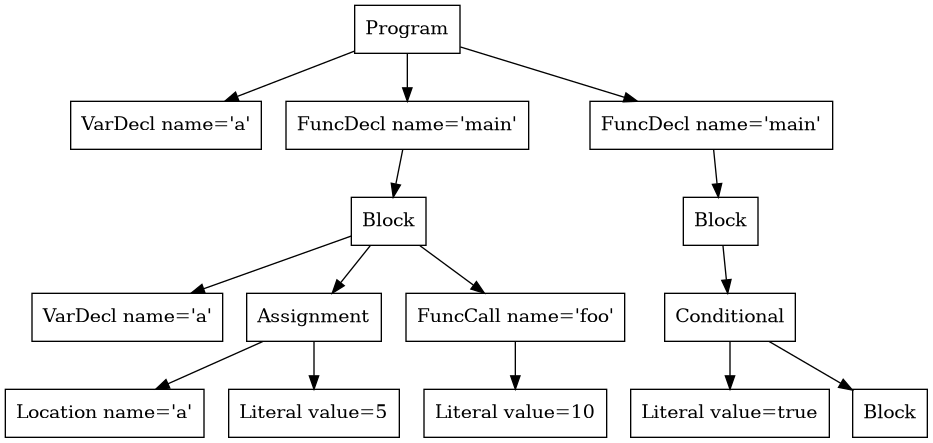
atrim11/CS432 keeps this Graphviz diagram as p2-parser/tree.png. Above is the earlier version. Its source is kept beside it as p2-parser/tree.dot.
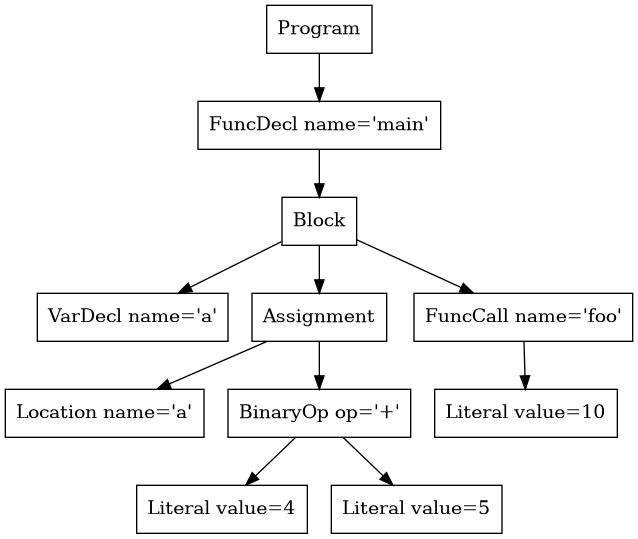
The same file after the commit.

Change to the diagram source:
```diff
@@ -1,31 +1,23 @@
 digraph AST {
-1 [shape=box, label="VarDecl name='a'"];
-4 [shape=box, label="VarDecl name='a'"];
-6 [shape=box, label="Location name='a'"];
-7 [shape=box, label="Literal value=5"];
-5 [shape=box, label="Assignment"];
-5 -> 6;
-5 -> 7;
-9 [shape=box, label="Literal value=10"];
-8 [shape=box, label="FuncCall name='foo'"];
-8 -> 9;
-3 [shape=box, label="Block"];
-3 -> 4;
-3 -> 5;
-3 -> 8;
-2 [shape=box, label="FuncDecl name='main'"];
+3 [shape=box, label="VarDecl name='a'"];
+5 [shape=box, label="Location name='a'"];
+7 [shape=box, label="Literal value=4"];
+8 [shape=box, label="Literal value=5"];
+6 [shape=box, label="BinaryOp op='+'"];
+6 -> 7;
+6 -> 8;
+4 [shape=box, label="Assignment"];
+4 -> 5;
+4 -> 6;
+10 [shape=box, label="Literal value=10"];
+9 [shape=box, label="FuncCall name='foo'"];
+9 -> 10;
+2 [shape=box, label="Block"];
 2 -> 3;
-13 [shape=box, label="Literal value=true"];
-14 [shape=box, label="Block"];
-12 [shape=box, label="Conditional"];
-12 -> 13;
-12 -> 14;
-11 [shape=box, label="Block"];
-11 -> 12;
-10 [shape=box, label="FuncDecl name='main'"];
-10 -> 11;
+2 -> 4;
+2 -> 9;
+1 [shape=box, label="FuncDecl name='main'"];
+1 -> 2;
 0 [shape=box, label="Program"];
 0 -> 1;
-0 -> 2;
-0 -> 10;
 }
```
